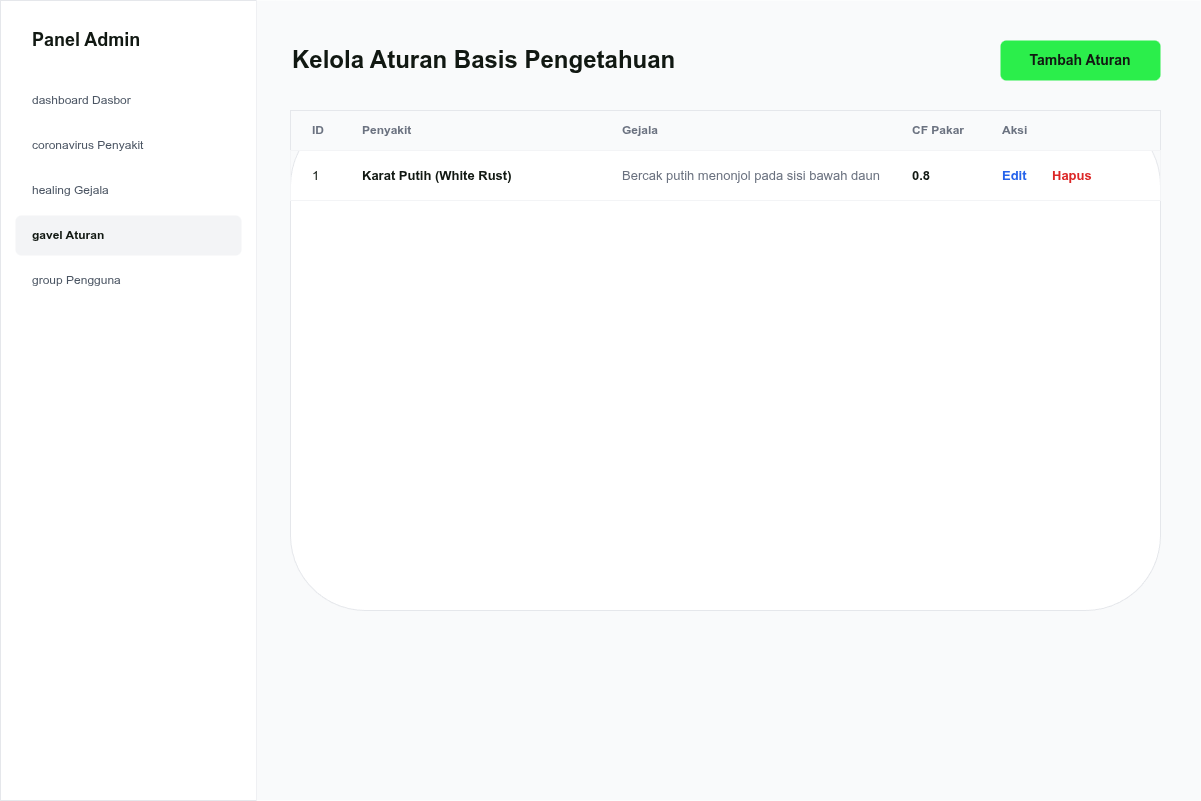
This is diagram/desain/admin-lihat-aturan.png from RajaSunrise/kangkungku, a draw.io export, as it was before one commit. Source tidied: cells renumbered, new cells last; positions are measured from the earlier drawing's top-left corner, leaving out a move shared by most shapes.
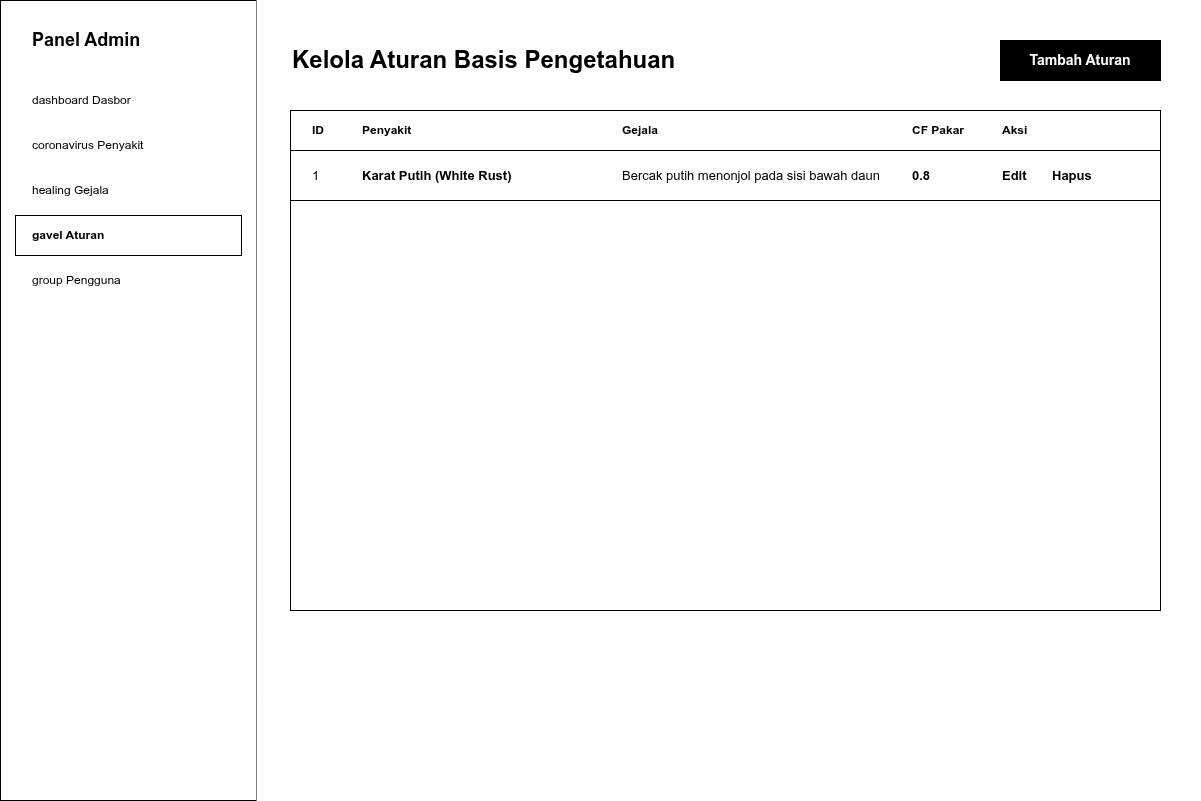
Above is the later version.

Diff of the diagram source:
```diff
@@ -2,76 +2,76 @@
   <root>
     <mxCell id="0" />
     <mxCell id="1" parent="0" />
-    <mxCell id="2" style="rounded=0;whiteSpace=wrap;html=1;fillColor=#FFFFFF;strokeColor=#E5E7EB;" parent="1" vertex="1">
+    <mxCell id="2" style="rounded=0;whiteSpace=wrap;html=1;fillColor=#FFFFFF;strokeColor=#000000;" parent="1" vertex="1">
       <mxGeometry width="256" height="800" as="geometry" />
     </mxCell>
-    <mxCell id="3" value="Panel Admin" style="text;html=1;strokeColor=none;fillColor=none;align=left;verticalAlign=middle;whiteSpace=wrap;rounded=0;fontColor=#111812;fontSize=18;fontStyle=1;" parent="1" vertex="1">
+    <mxCell id="3" value="Panel Admin" style="text;html=1;strokeColor=none;fillColor=none;align=left;verticalAlign=middle;whiteSpace=wrap;rounded=0;fontColor=#000000;fontSize=18;fontStyle=1;" parent="1" vertex="1">
       <mxGeometry x="30" y="20" width="200" height="40" as="geometry" />
     </mxCell>
-    <mxCell id="4" value="dashboard  Dasbor" style="rounded=1;whiteSpace=wrap;html=1;fillColor=none;strokeColor=none;fontColor=#4B5563;align=left;spacingLeft=15;" parent="1" vertex="1">
+    <mxCell id="4" value="dashboard  Dasbor" style="rounded=0;whiteSpace=wrap;html=1;fillColor=none;strokeColor=none;fontColor=#000000;align=left;spacingLeft=15;" parent="1" vertex="1">
       <mxGeometry x="15" y="80" width="226" height="40" as="geometry" />
     </mxCell>
-    <mxCell id="5" value="coronavirus  Penyakit" style="rounded=1;whiteSpace=wrap;html=1;fillColor=none;strokeColor=none;fontColor=#4B5563;align=left;spacingLeft=15;" parent="1" vertex="1">
+    <mxCell id="5" value="coronavirus  Penyakit" style="rounded=0;whiteSpace=wrap;html=1;fillColor=none;strokeColor=none;fontColor=#000000;align=left;spacingLeft=15;" parent="1" vertex="1">
       <mxGeometry x="15" y="125" width="226" height="40" as="geometry" />
     </mxCell>
-    <mxCell id="6" value="healing  Gejala" style="rounded=1;whiteSpace=wrap;html=1;fillColor=none;strokeColor=none;fontColor=#4B5563;align=left;spacingLeft=15;" parent="1" vertex="1">
+    <mxCell id="6" value="healing  Gejala" style="rounded=0;whiteSpace=wrap;html=1;fillColor=none;strokeColor=none;fontColor=#000000;align=left;spacingLeft=15;" parent="1" vertex="1">
       <mxGeometry x="15" y="170" width="226" height="40" as="geometry" />
     </mxCell>
-    <mxCell id="7" value="gavel  Aturan" style="rounded=1;whiteSpace=wrap;html=1;fillColor=#F3F4F6;strokeColor=none;fontColor=#111812;align=left;spacingLeft=15;fontStyle=1;" parent="1" vertex="1">
+    <mxCell id="7" value="gavel  Aturan" style="rounded=0;whiteSpace=wrap;html=1;fillColor=#FFFFFF;strokeColor=#000000;fontColor=#000000;align=left;spacingLeft=15;fontStyle=1;" parent="1" vertex="1">
       <mxGeometry x="15" y="215" width="226" height="40" as="geometry" />
     </mxCell>
-    <mxCell id="8" value="group  Pengguna" style="rounded=1;whiteSpace=wrap;html=1;fillColor=none;strokeColor=none;fontColor=#4B5563;align=left;spacingLeft=15;" parent="1" vertex="1">
+    <mxCell id="8" value="group  Pengguna" style="rounded=0;whiteSpace=wrap;html=1;fillColor=none;strokeColor=none;fontColor=#000000;align=left;spacingLeft=15;" parent="1" vertex="1">
       <mxGeometry x="15" y="260" width="226" height="40" as="geometry" />
     </mxCell>
-    <mxCell id="9" style="rounded=0;whiteSpace=wrap;html=1;fillColor=#F9FAFB;strokeColor=none;" parent="1" vertex="1">
+    <mxCell id="9" style="rounded=0;whiteSpace=wrap;html=1;fillColor=#FFFFFF;strokeColor=none;" parent="1" vertex="1">
       <mxGeometry x="256" width="944" height="800" as="geometry" />
     </mxCell>
-    <mxCell id="10" value="Kelola Aturan Basis Pengetahuan" style="text;html=1;strokeColor=none;fillColor=none;align=left;verticalAlign=middle;whiteSpace=wrap;rounded=0;fontColor=#111812;fontSize=24;fontStyle=1;" parent="1" vertex="1">
+    <mxCell id="10" value="Kelola Aturan Basis Pengetahuan" style="text;html=1;strokeColor=none;fillColor=none;align=left;verticalAlign=middle;whiteSpace=wrap;rounded=0;fontColor=#000000;fontSize=24;fontStyle=1;" parent="1" vertex="1">
       <mxGeometry x="290" y="40" width="400" height="40" as="geometry" />
     </mxCell>
-    <mxCell id="11" value="Tambah Aturan" style="rounded=1;whiteSpace=wrap;html=1;fillColor=#2BEE4B;strokeColor=none;fontColor=#111812;fontStyle=1;fontSize=14;" parent="1" vertex="1">
+    <mxCell id="11" value="Tambah Aturan" style="rounded=0;whiteSpace=wrap;html=1;fillColor=#000000;strokeColor=#000000;fontColor=#FFFFFF;fontStyle=1;fontSize=14;" parent="1" vertex="1">
       <mxGeometry x="1000" y="40" width="160" height="40" as="geometry" />
     </mxCell>
-    <mxCell id="12" style="rounded=1;whiteSpace=wrap;html=1;fillColor=#FFFFFF;strokeColor=#E5E7EB;shadow=0;" parent="1" vertex="1">
+    <mxCell id="12" style="rounded=0;whiteSpace=wrap;html=1;fillColor=#FFFFFF;strokeColor=#000000;" parent="1" vertex="1">
       <mxGeometry x="290" y="110" width="870" height="500" as="geometry" />
     </mxCell>
-    <mxCell id="13" style="rounded=0;whiteSpace=wrap;html=1;fillColor=#F9FAFB;strokeColor=#E5E7EB;" parent="1" vertex="1">
+    <mxCell id="13" style="rounded=0;whiteSpace=wrap;html=1;fillColor=#FFFFFF;strokeColor=#000000;" parent="1" vertex="1">
       <mxGeometry x="290" y="110" width="870" height="40" as="geometry" />
     </mxCell>
-    <mxCell id="14" value="ID" style="text;html=1;strokeColor=none;fillColor=none;align=left;verticalAlign=middle;whiteSpace=wrap;rounded=0;fontColor=#6B7280;fontSize=12;fontStyle=1;" parent="1" vertex="1">
+    <mxCell id="14" value="ID" style="text;html=1;strokeColor=none;fillColor=none;align=left;verticalAlign=middle;whiteSpace=wrap;rounded=0;fontColor=#000000;fontSize=12;fontStyle=1;" parent="1" vertex="1">
       <mxGeometry x="310" y="115" width="40" height="30" as="geometry" />
     </mxCell>
-    <mxCell id="15" value="Penyakit" style="text;html=1;strokeColor=none;fillColor=none;align=left;verticalAlign=middle;whiteSpace=wrap;rounded=0;fontColor=#6B7280;fontSize=12;fontStyle=1;" parent="1" vertex="1">
+    <mxCell id="15" value="Penyakit" style="text;html=1;strokeColor=none;fillColor=none;align=left;verticalAlign=middle;whiteSpace=wrap;rounded=0;fontColor=#000000;fontSize=12;fontStyle=1;" parent="1" vertex="1">
       <mxGeometry x="360" y="115" width="250" height="30" as="geometry" />
     </mxCell>
-    <mxCell id="16" value="Gejala" style="text;html=1;strokeColor=none;fillColor=none;align=left;verticalAlign=middle;whiteSpace=wrap;rounded=0;fontColor=#6B7280;fontSize=12;fontStyle=1;" parent="1" vertex="1">
+    <mxCell id="16" value="Gejala" style="text;html=1;strokeColor=none;fillColor=none;align=left;verticalAlign=middle;whiteSpace=wrap;rounded=0;fontColor=#000000;fontSize=12;fontStyle=1;" parent="1" vertex="1">
       <mxGeometry x="620" y="115" width="280" height="30" as="geometry" />
     </mxCell>
-    <mxCell id="17" value="CF Pakar" style="text;html=1;strokeColor=none;fillColor=none;align=left;verticalAlign=middle;whiteSpace=wrap;rounded=0;fontColor=#6B7280;fontSize=12;fontStyle=1;" parent="1" vertex="1">
+    <mxCell id="17" value="CF Pakar" style="text;html=1;strokeColor=none;fillColor=none;align=left;verticalAlign=middle;whiteSpace=wrap;rounded=0;fontColor=#000000;fontSize=12;fontStyle=1;" parent="1" vertex="1">
       <mxGeometry x="910" y="115" width="80" height="30" as="geometry" />
     </mxCell>
-    <mxCell id="18" value="Aksi" style="text;html=1;strokeColor=none;fillColor=none;align=left;verticalAlign=middle;whiteSpace=wrap;rounded=0;fontColor=#6B7280;fontSize=12;fontStyle=1;" parent="1" vertex="1">
+    <mxCell id="18" value="Aksi" style="text;html=1;strokeColor=none;fillColor=none;align=left;verticalAlign=middle;whiteSpace=wrap;rounded=0;fontColor=#000000;fontSize=12;fontStyle=1;" parent="1" vertex="1">
       <mxGeometry x="1000" y="115" width="100" height="30" as="geometry" />
     </mxCell>
-    <mxCell id="19" style="rounded=0;whiteSpace=wrap;html=1;fillColor=none;strokeColor=#F3F4F6;" parent="1" vertex="1">
+    <mxCell id="19" style="rounded=0;whiteSpace=wrap;html=1;fillColor=none;strokeColor=#000000;" parent="1" vertex="1">
       <mxGeometry x="290" y="150" width="870" height="50" as="geometry" />
     </mxCell>
-    <mxCell id="20" value="1" style="text;html=1;strokeColor=none;fillColor=none;align=left;verticalAlign=middle;whiteSpace=wrap;rounded=0;fontColor=#111812;fontSize=13;" parent="1" vertex="1">
+    <mxCell id="20" value="1" style="text;html=1;strokeColor=none;fillColor=none;align=left;verticalAlign=middle;whiteSpace=wrap;rounded=0;fontColor=#000000;fontSize=13;" parent="1" vertex="1">
       <mxGeometry x="310" y="160" width="40" height="30" as="geometry" />
     </mxCell>
-    <mxCell id="21" value="Karat Putih (White Rust)" style="text;html=1;strokeColor=none;fillColor=none;align=left;verticalAlign=middle;whiteSpace=wrap;rounded=0;fontColor=#111812;fontSize=13;fontStyle=1;" parent="1" vertex="1">
+    <mxCell id="21" value="Karat Putih (White Rust)" style="text;html=1;strokeColor=none;fillColor=none;align=left;verticalAlign=middle;whiteSpace=wrap;rounded=0;fontColor=#000000;fontSize=13;fontStyle=1;" parent="1" vertex="1">
       <mxGeometry x="360" y="160" width="250" height="30" as="geometry" />
     </mxCell>
-    <mxCell id="22" value="Bercak putih menonjol pada sisi bawah daun" style="text;html=1;strokeColor=none;fillColor=none;align=left;verticalAlign=middle;whiteSpace=wrap;rounded=0;fontColor=#6B7280;fontSize=13;" parent="1" vertex="1">
+    <mxCell id="22" value="Bercak putih menonjol pada sisi bawah daun" style="text;html=1;strokeColor=none;fillColor=none;align=left;verticalAlign=middle;whiteSpace=wrap;rounded=0;fontColor=#000000;fontSize=13;" parent="1" vertex="1">
       <mxGeometry x="620" y="160" width="280" height="30" as="geometry" />
     </mxCell>
-    <mxCell id="23" value="0.8" style="text;html=1;strokeColor=none;fillColor=none;align=left;verticalAlign=middle;whiteSpace=wrap;rounded=0;fontColor=#111812;fontSize=13;fontStyle=1;" parent="1" vertex="1">
+    <mxCell id="23" value="0.8" style="text;html=1;strokeColor=none;fillColor=none;align=left;verticalAlign=middle;whiteSpace=wrap;rounded=0;fontColor=#000000;fontSize=13;fontStyle=1;" parent="1" vertex="1">
       <mxGeometry x="910" y="160" width="80" height="30" as="geometry" />
     </mxCell>
-    <mxCell id="24" value="Edit" style="text;html=1;strokeColor=none;fillColor=none;align=left;verticalAlign=middle;whiteSpace=wrap;rounded=0;fontColor=#2563EB;fontSize=13;fontStyle=1;" parent="1" vertex="1">
+    <mxCell id="24" value="Edit" style="text;html=1;strokeColor=none;fillColor=none;align=left;verticalAlign=middle;whiteSpace=wrap;rounded=0;fontColor=#000000;fontSize=13;fontStyle=1;" parent="1" vertex="1">
       <mxGeometry x="1000" y="160" width="40" height="30" as="geometry" />
     </mxCell>
-    <mxCell id="25" value="Hapus" style="text;html=1;strokeColor=none;fillColor=none;align=left;verticalAlign=middle;whiteSpace=wrap;rounded=0;fontColor=#DC2626;fontSize=13;fontStyle=1;" parent="1" vertex="1">
+    <mxCell id="25" value="Hapus" style="text;html=1;strokeColor=none;fillColor=none;align=left;verticalAlign=middle;whiteSpace=wrap;rounded=0;fontColor=#000000;fontSize=13;fontStyle=1;" parent="1" vertex="1">
       <mxGeometry x="1050" y="160" width="50" height="30" as="geometry" />
     </mxCell>
   </root>
```
